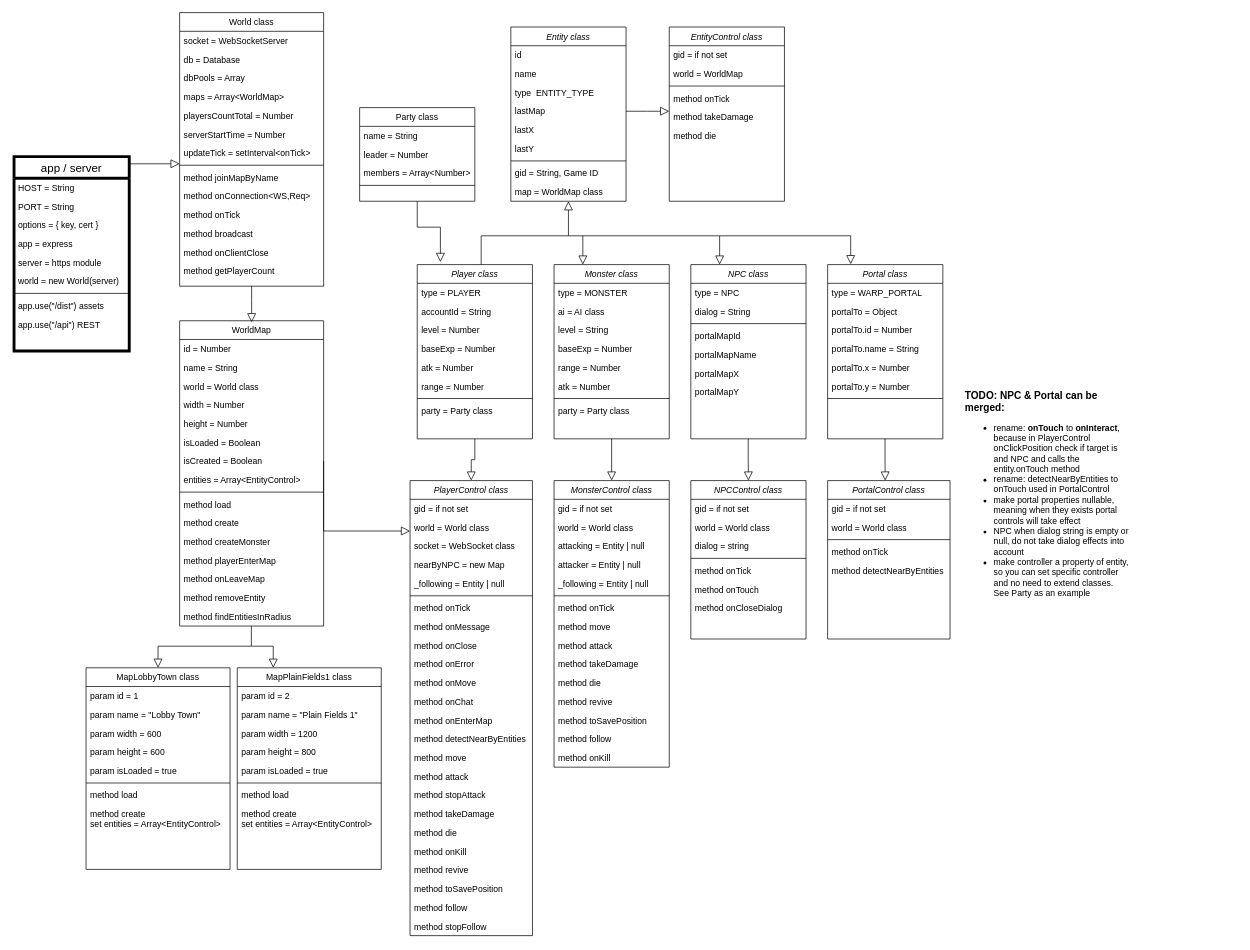
Before: docs/diagram.drawio in Sehrentos/nodejs-game-server, a draw.io diagram. Source tidied: cells renumbered, new cells numbered last; positions are measured from the earlier drawing's top-left corner, leaving out a move shared by most shapes. Both pictures are drawn from the tidied source at 72%, with x=0, y=0 at pixel (14, 12).
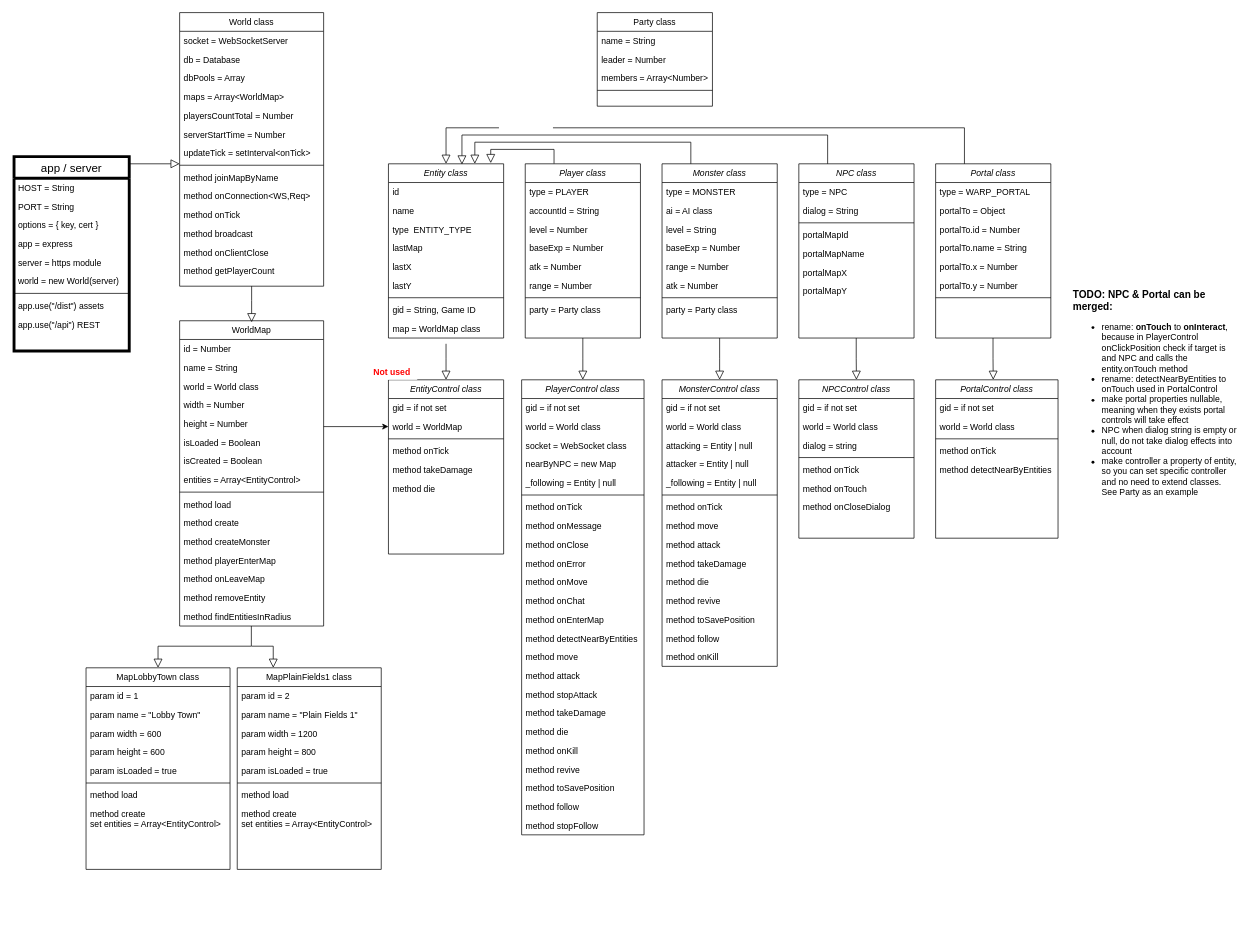
Above is the later version.

Commit message (it also covers changes not shown here):
renamed TableAccount, TablePlayer and updated refs move Account into model updated diagram.drawio fix node:crypto import in Entity.js

Unchanged cells that the change refers to:
```xml
<mxCell id="6" value="lastMap" style="text;align=left;verticalAlign=top;spacingLeft=4;spacingRight=4;overflow=hidden;points=[[0,0.5],[1,0.5]];portConstraint=eastwest;" parent="2" vertex="1">
  <mxGeometry y="104" width="160" height="26" as="geometry" />
</mxCell>
<mxCell id="83" value="world = WorldMap" style="text;align=left;verticalAlign=top;spacingLeft=4;spacingRight=4;overflow=hidden;points=[[0,0.5],[1,0.5]];portConstraint=eastwest;rounded=0;shadow=0;html=0;" parent="81" vertex="1">
  <mxGeometry y="52" width="160" height="26" as="geometry" />
</mxCell>
<mxCell id="130" value="isCreated = Boolean" style="text;align=left;verticalAlign=top;spacingLeft=4;spacingRight=4;overflow=hidden;points=[[0,0.5],[1,0.5]];portConstraint=eastwest;" parent="123" vertex="1">
  <mxGeometry y="182" width="200" height="26" as="geometry" />
</mxCell>
```

What changed in the source:
```diff
@@
     <mxCell id="2" value="Entity class" style="swimlane;fontStyle=2;align=center;verticalAlign=top;horizontal=1;startSize=26;rounded=0;shadow=0;strokeWidth=1;" parent="1" vertex="1">
-      <mxGeometry x="690" y="20" width="160" height="242" as="geometry" />
+      <mxGeometry x="520" y="210" width="160" height="242" as="geometry" />
     </mxCell>
@@
-    <mxCell id="12" style="endArrow=block;endSize=10;endFill=0;shadow=0;strokeWidth=1;rounded=0;curved=0;edgeStyle=elbowEdgeStyle;elbow=vertical;exitX=0.555;exitY=0.003;exitDx=0;exitDy=0;exitPerimeter=0;" parent="1" edge="1" source="19" target="2">
+    <mxCell id="12" style="endArrow=block;endSize=10;endFill=0;shadow=0;strokeWidth=1;rounded=0;curved=0;edgeStyle=elbowEdgeStyle;elbow=vertical;exitX=0.25;exitY=0;exitDx=0;exitDy=0;entryX=0.888;entryY=-0.004;entryDx=0;entryDy=0;entryPerimeter=0;" parent="1" edge="1" source="19" target="2">
       <mxGeometry relative="1" as="geometry">
         <Array as="points">
-          <mxPoint x="770" y="310" />
+          <mxPoint x="720" y="190" />
+          <mxPoint x="720" y="170" />
         </Array>
       </mxGeometry>
     </mxCell>
-    <mxCell id="13" style="endArrow=block;endSize=10;endFill=0;shadow=0;strokeWidth=1;rounded=0;curved=0;edgeStyle=elbowEdgeStyle;elbow=vertical;entryX=0.25;entryY=0;entryDx=0;entryDy=0;" parent="1" edge="1" target="28">
-      <mxGeometry relative="1" as="geometry">
-        <mxPoint x="770" y="310" as="sourcePoint" />
-        <Array as="points">
-          <mxPoint x="830" y="310" />
-        </Array>
-      </mxGeometry>
-    </mxCell>
     <mxCell id="14" value="Party class" style="swimlane;fontStyle=0;align=center;verticalAlign=top;horizontal=1;startSize=26;rounded=0;shadow=0;strokeWidth=1;" parent="1" vertex="1">
-      <mxGeometry x="480" y="132" width="160" height="130" as="geometry" />
+      <mxGeometry x="810" width="160" height="130" as="geometry" />
     </mxCell>
@@
     <mxCell id="19" value="Player class" style="swimlane;fontStyle=2;align=center;verticalAlign=top;horizontal=1;startSize=26;rounded=0;shadow=0;strokeWidth=1;" parent="1" vertex="1">
-      <mxGeometry x="560" y="350" width="160" height="242" as="geometry" />
+      <mxGeometry x="710" y="210" width="160" height="242" as="geometry" />
     </mxCell>
@@
     <mxCell id="28" value="Monster class" style="swimlane;fontStyle=2;align=center;verticalAlign=top;horizontal=1;startSize=26;rounded=0;shadow=0;strokeWidth=1;" parent="1" vertex="1">
-      <mxGeometry x="750" y="350" width="160" height="242" as="geometry" />
+      <mxGeometry x="900" y="210" width="160" height="242" as="geometry" />
     </mxCell>
@@
     <mxCell id="37" value="NPC class" style="swimlane;fontStyle=2;align=center;verticalAlign=top;horizontal=1;startSize=26;rounded=0;shadow=0;strokeWidth=1;" parent="1" vertex="1">
-      <mxGeometry x="940" y="350" width="160" height="242" as="geometry" />
+      <mxGeometry x="1090" y="210" width="160" height="242" as="geometry" />
     </mxCell>
@@
     <mxCell id="45" value="Portal class" style="swimlane;fontStyle=2;align=center;verticalAlign=top;horizontal=1;startSize=26;rounded=0;shadow=0;strokeWidth=1;" parent="1" vertex="1">
-      <mxGeometry x="1130" y="350" width="160" height="242" as="geometry" />
+      <mxGeometry x="1280" y="210" width="160" height="242" as="geometry" />
     </mxCell>
@@
-    <mxCell id="53" style="endArrow=block;endSize=10;endFill=0;shadow=0;strokeWidth=1;rounded=0;curved=0;edgeStyle=elbowEdgeStyle;elbow=vertical;entryX=0.25;entryY=0;entryDx=0;entryDy=0;" parent="1" edge="1" target="37">
-      <mxGeometry relative="1" as="geometry">
-        <mxPoint x="790" y="310" as="sourcePoint" />
-        <Array as="points">
-          <mxPoint x="980" y="310" />
-        </Array>
-      </mxGeometry>
-    </mxCell>
-    <mxCell id="54" style="endArrow=block;endSize=10;endFill=0;shadow=0;strokeWidth=1;rounded=0;curved=0;edgeStyle=elbowEdgeStyle;elbow=vertical;entryX=0.2;entryY=-0.002;entryDx=0;entryDy=0;entryPerimeter=0;" parent="1" edge="1" target="45">
-      <mxGeometry relative="1" as="geometry">
-        <mxPoint x="980" y="310" as="sourcePoint" />
-        <Array as="points">
-          <mxPoint x="1162" y="310" />
-        </Array>
-      </mxGeometry>
-    </mxCell>
     <mxCell id="55" value="PlayerControl class" style="swimlane;fontStyle=2;align=center;verticalAlign=top;horizontal=1;startSize=26;rounded=0;shadow=0;strokeWidth=1;" parent="1" vertex="1">
-      <mxGeometry x="550" y="650" width="170" height="632" as="geometry" />
+      <mxGeometry x="705" y="510" width="170" height="632" as="geometry" />
     </mxCell>
@@
     <mxCell id="81" value="EntityControl class" style="swimlane;fontStyle=2;align=center;verticalAlign=top;horizontal=1;startSize=26;rounded=0;shadow=0;strokeWidth=1;" parent="1" vertex="1">
-      <mxGeometry x="910" y="20" width="160" height="242" as="geometry" />
+      <mxGeometry x="520" y="510" width="160" height="242" as="geometry" />
     </mxCell>
@@
-    <mxCell id="88" style="endArrow=block;endSize=10;endFill=0;shadow=0;strokeWidth=1;rounded=0;curved=0;edgeStyle=elbowEdgeStyle;elbow=vertical;exitX=1;exitY=0.5;exitDx=0;exitDy=0;" parent="1" edge="1" source="6">
+    <mxCell id="88" style="endArrow=block;endSize=10;endFill=0;shadow=0;strokeWidth=1;rounded=0;curved=0;edgeStyle=elbowEdgeStyle;elbow=vertical;entryX=0.5;entryY=0;entryDx=0;entryDy=0;" parent="1" edge="1" target="81">
       <mxGeometry relative="1" as="geometry">
-        <mxPoint x="910" y="137" as="targetPoint" />
+        <mxPoint x="600" y="460" as="sourcePoint" />
         <Array as="points">
-          <mxPoint x="880" y="137" />
-          <mxPoint x="880" y="137" />
+          <mxPoint x="600" y="480" />
         </Array>
       </mxGeometry>
     </mxCell>
     <mxCell id="89" value="MonsterControl class" style="swimlane;fontStyle=2;align=center;verticalAlign=top;horizontal=1;startSize=26;rounded=0;shadow=0;strokeWidth=1;" parent="1" vertex="1">
-      <mxGeometry x="750" y="650" width="160" height="398" as="geometry" />
+      <mxGeometry x="900" y="510" width="160" height="398" as="geometry" />
     </mxCell>
@@
     <mxCell id="105" style="endArrow=block;endSize=10;endFill=0;shadow=0;strokeWidth=1;rounded=0;curved=0;edgeStyle=elbowEdgeStyle;elbow=vertical;exitX=0.5;exitY=1;exitDx=0;exitDy=0;entryX=0.5;entryY=0;entryDx=0;entryDy=0;" parent="1" edge="1" source="28" target="89">
       <mxGeometry relative="1" as="geometry">
         <Array as="points">
-          <mxPoint x="820" y="620" />
-          <mxPoint x="820" y="620" />
+          <mxPoint x="970" y="480" />
+          <mxPoint x="970" y="480" />
         </Array>
       </mxGeometry>
     </mxCell>
     <mxCell id="106" value="NPCControl class" style="swimlane;fontStyle=2;align=center;verticalAlign=top;horizontal=1;startSize=26;rounded=0;shadow=0;strokeWidth=1;" parent="1" vertex="1">
-      <mxGeometry x="940" y="650" width="160" height="220" as="geometry" />
+      <mxGeometry x="1090" y="510" width="160" height="220" as="geometry" />
     </mxCell>
@@
     <mxCell id="114" style="endArrow=block;endSize=10;endFill=0;shadow=0;strokeWidth=1;rounded=0;curved=0;edgeStyle=elbowEdgeStyle;elbow=vertical;exitX=0.5;exitY=1;exitDx=0;exitDy=0;" parent="1" edge="1">
       <mxGeometry relative="1" as="geometry">
-        <mxPoint x="1019.7" y="592" as="sourcePoint" />
-        <mxPoint x="1020" y="650" as="targetPoint" />
+        <mxPoint x="1169.7" y="452" as="sourcePoint" />
+        <mxPoint x="1170" y="510" as="targetPoint" />
         <Array as="points">
-          <mxPoint x="1009.7" y="620" />
-          <mxPoint x="1009.7" y="620" />
+          <mxPoint x="1159.7" y="480" />
+          <mxPoint x="1159.7" y="480" />
         </Array>
       </mxGeometry>
     </mxCell>
     <mxCell id="115" value="PortalControl class" style="swimlane;fontStyle=2;align=center;verticalAlign=top;horizontal=1;startSize=26;rounded=0;shadow=0;strokeWidth=1;" parent="1" vertex="1">
-      <mxGeometry x="1130" y="650" width="170" height="220" as="geometry" />
+      <mxGeometry x="1280" y="510" width="170" height="220" as="geometry" />
     </mxCell>
@@
     <mxCell id="121" style="endArrow=block;endSize=10;endFill=0;shadow=0;strokeWidth=1;rounded=0;curved=0;edgeStyle=elbowEdgeStyle;elbow=vertical;exitX=0.5;exitY=1;exitDx=0;exitDy=0;" parent="1" edge="1">
       <mxGeometry relative="1" as="geometry">
-        <mxPoint x="1209.7" y="592" as="sourcePoint" />
-        <mxPoint x="1210" y="650" as="targetPoint" />
+        <mxPoint x="1359.7" y="452" as="sourcePoint" />
+        <mxPoint x="1360" y="510" as="targetPoint" />
         <Array as="points">
-          <mxPoint x="1199.7" y="620" />
-          <mxPoint x="1199.7" y="620" />
+          <mxPoint x="1349.7" y="480" />
+          <mxPoint x="1349.7" y="480" />
         </Array>
       </mxGeometry>
     </mxCell>
     <mxCell id="122" value="&lt;div style=&quot;text-align: left;&quot;&gt;&lt;span style=&quot;background-color: initial;&quot;&gt;&lt;b&gt;&lt;font style=&quot;font-size: 14px;&quot;&gt;TODO: NPC &amp;amp; Portal can be merged:&lt;/font&gt;&lt;/b&gt;&lt;/span&gt;&lt;/div&gt;&lt;ul&gt;&lt;li style=&quot;text-align: left;&quot;&gt;rename: &lt;b&gt;onTouch &lt;/b&gt;to &lt;b&gt;onInteract&lt;/b&gt;, because in PlayerControl onClickPosition check if target is and NPC and calls the entity.onTouch method&lt;/li&gt;&lt;li style=&quot;text-align: left;&quot;&gt;rename: detectNearByEntities to onTouch used in PortalControl&lt;/li&gt;&lt;li style=&quot;text-align: left;&quot;&gt;make portal properties nullable, meaning when they exists portal controls will take effect&lt;/li&gt;&lt;li style=&quot;text-align: left;&quot;&gt;NPC when dialog string is empty or null, do not take dialog effects into account&lt;/li&gt;&lt;li style=&quot;text-align: left;&quot;&gt;make controller a property of entity, so you can set specific controller and no need to extend classes. See Party as an example&lt;/li&gt;&lt;/ul&gt;" style="text;html=1;strokeColor=none;fillColor=none;align=center;verticalAlign=middle;whiteSpace=wrap;rounded=0;" parent="1" vertex="1">
-      <mxGeometry x="1320" y="490" width="230" height="370" as="geometry" />
+      <mxGeometry x="1470" y="350" width="230" height="370" as="geometry" />
     </mxCell>
@@
-    <mxCell id="140" style="endArrow=block;endSize=10;endFill=0;shadow=0;strokeWidth=1;rounded=0;curved=0;edgeStyle=elbowEdgeStyle;elbow=vertical;exitX=1;exitY=0.5;exitDx=0;exitDy=0;" parent="1" edge="1" source="130">
-      <mxGeometry relative="1" as="geometry">
-        <mxPoint x="550" y="720" as="targetPoint" />
-        <Array as="points">
-          <mxPoint x="510" y="720" />
-          <mxPoint x="520" y="620" />
-        </Array>
-      </mxGeometry>
-    </mxCell>
@@
-    <mxCell id="177" style="endArrow=block;endSize=10;endFill=0;shadow=0;strokeWidth=1;rounded=0;curved=0;edgeStyle=elbowEdgeStyle;elbow=vertical;exitX=0.5;exitY=1;exitDx=0;exitDy=0;entryX=0.201;entryY=-0.015;entryDx=0;entryDy=0;entryPerimeter=0;" parent="1" edge="1" source="14" target="19">
-      <mxGeometry relative="1" as="geometry">
-        <Array as="points">
-          <mxPoint x="550" y="298" />
-          <mxPoint x="550" y="298" />
-        </Array>
-      </mxGeometry>
-    </mxCell>
@@
+    <mxCell id="189" value="&lt;b&gt;&lt;font color=&quot;#ff0000&quot;&gt;Not used&lt;/font&gt;&lt;/b&gt;" style="text;html=1;strokeColor=none;fillColor=#FFFFFF;align=center;verticalAlign=middle;whiteSpace=wrap;rounded=0;" parent="1" vertex="1">
+      <mxGeometry x="490" y="490" width="70" height="20" as="geometry" />
+    </mxCell>
+    <mxCell id="190" style="endArrow=block;endSize=10;endFill=0;shadow=0;strokeWidth=1;rounded=0;curved=0;edgeStyle=elbowEdgeStyle;elbow=vertical;exitX=0.25;exitY=0;exitDx=0;exitDy=0;entryX=0.75;entryY=0;entryDx=0;entryDy=0;" parent="1" edge="1" source="28" target="2">
+      <mxGeometry relative="1" as="geometry">
+        <Array as="points">
+          <mxPoint x="770" y="180" />
+          <mxPoint x="920" y="118" />
+        </Array>
+      </mxGeometry>
+    </mxCell>
+    <mxCell id="191" style="endArrow=block;endSize=10;endFill=0;shadow=0;strokeWidth=1;rounded=0;curved=0;edgeStyle=elbowEdgeStyle;elbow=vertical;exitX=0.25;exitY=0;exitDx=0;exitDy=0;entryX=0.638;entryY=0.004;entryDx=0;entryDy=0;entryPerimeter=0;" parent="1" edge="1" source="37" target="2">
+      <mxGeometry relative="1" as="geometry">
+        <Array as="points">
+          <mxPoint x="880" y="170" />
+          <mxPoint x="1010" y="108" />
+        </Array>
+      </mxGeometry>
+    </mxCell>
+    <mxCell id="192" style="endArrow=block;endSize=10;endFill=0;shadow=0;strokeWidth=1;rounded=0;curved=0;edgeStyle=elbowEdgeStyle;elbow=vertical;exitX=0.25;exitY=0;exitDx=0;exitDy=0;entryX=0.5;entryY=0;entryDx=0;entryDy=0;" parent="1" edge="1" source="45" target="2">
+      <mxGeometry relative="1" as="geometry">
+        <Array as="points">
+          <mxPoint x="970" y="160" />
+          <mxPoint x="1000" y="58" />
+        </Array>
+      </mxGeometry>
+    </mxCell>
+    <mxCell id="193" value="&lt;font color=&quot;#ffffff&quot;&gt;&amp;nbsp;extends Entity&amp;nbsp;&lt;/font&gt;" style="edgeLabel;html=1;align=center;verticalAlign=middle;fontColor=#FF0000;" parent="192" vertex="1">
+      <mxGeometry x="0.61" y="-1" relative="1" as="geometry" />
+    </mxCell>
+    <mxCell id="194" style="endArrow=classic;html=1;fontColor=#FF0000;entryX=0;entryY=0.5;entryDx=0;entryDy=0;" parent="1" edge="1" target="83">
+      <mxGeometry relative="1" as="geometry">
+        <mxPoint x="430" y="575" as="sourcePoint" />
+      </mxGeometry>
+    </mxCell>
```
